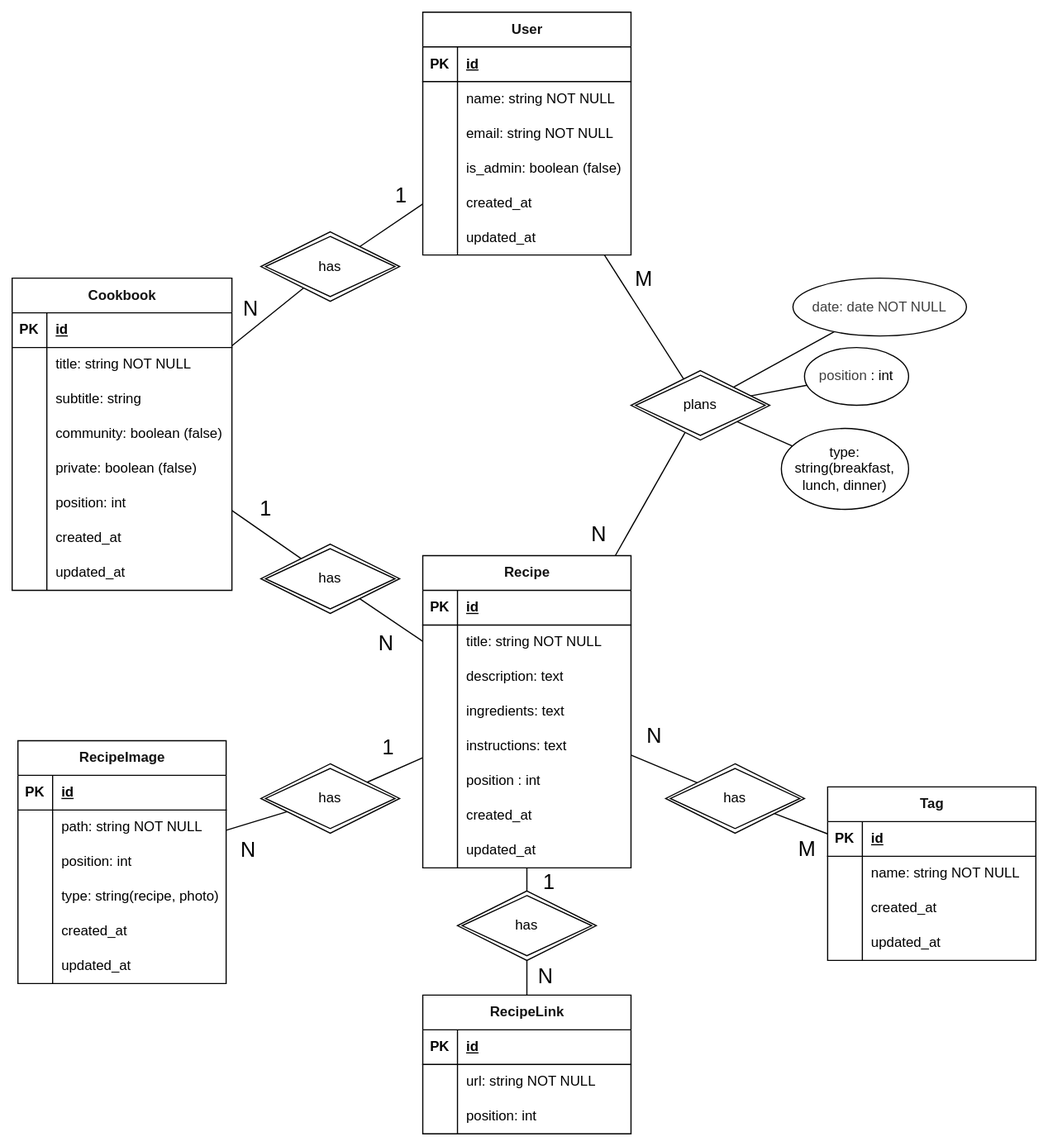
lchristmann/recipe-manager keeps this draw.io diagram as docs/diagrams/db-schema.drawio.svg. Above is the earlier version. Source tidied: cells renumbered, new cells last; positions are measured from the earlier drawing's top-left corner, leaving out a move shared by most shapes.
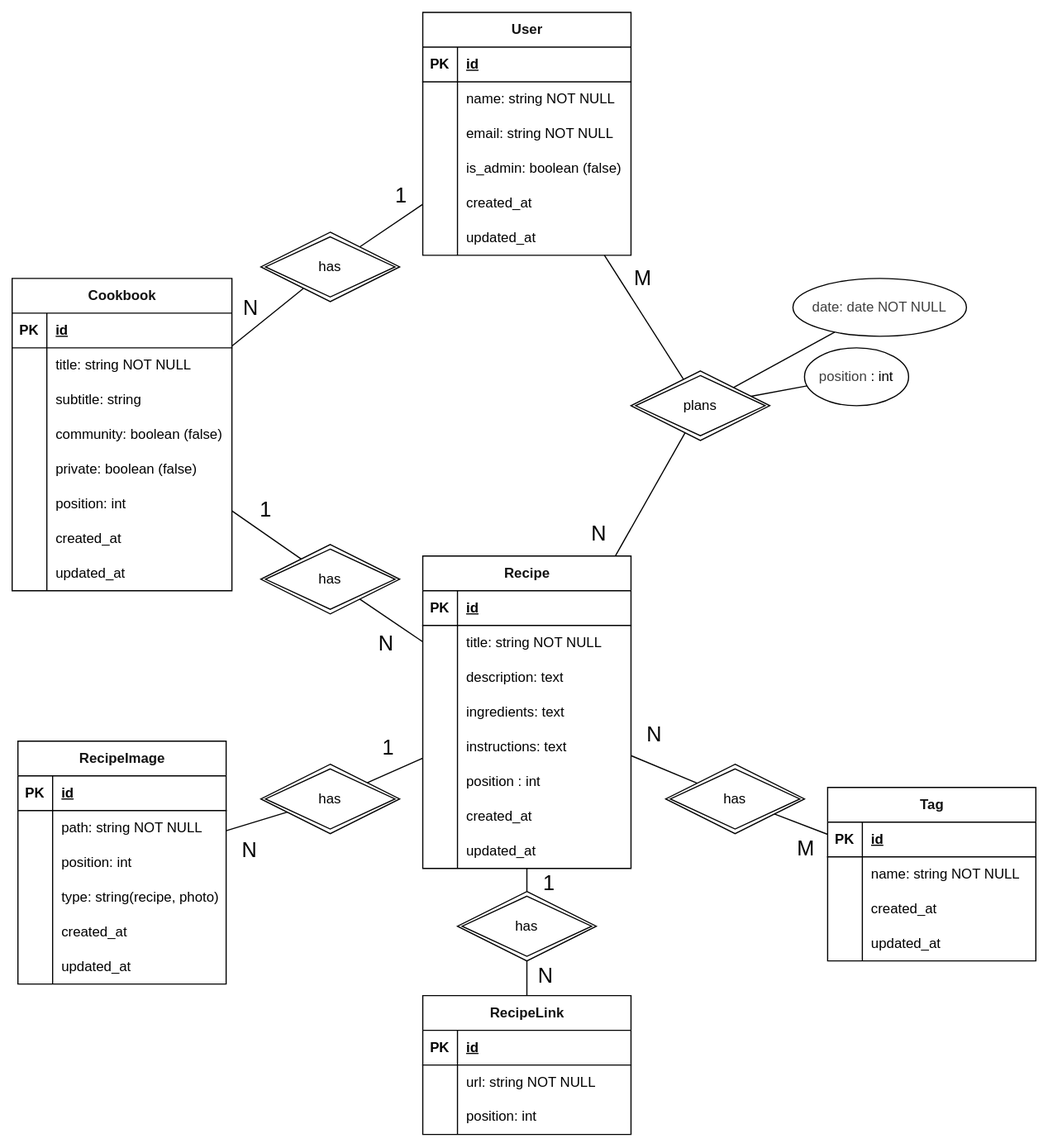
After the change.

Change to the diagram source:
```diff
@@ -263,9 +263,6 @@
         <mxPoint x="-32" y="4" as="offset" />
       </mxGeometry>
     </mxCell>
-    <mxCell id="85" style="edgeStyle=none;html=1;endArrow=none;endFill=0;" parent="1" edge="1" source="88" target="89">
-      <mxGeometry relative="1" as="geometry" />
-    </mxCell>
     <mxCell id="86" style="edgeStyle=none;html=1;endArrow=none;endFill=0;" parent="1" edge="1" source="88" target="132">
       <mxGeometry relative="1" as="geometry" />
     </mxCell>
@@ -275,9 +272,6 @@
     <mxCell id="88" value="&lt;span style=&quot;background-color: light-dark(#ffffff, var(--ge-dark-color, #121212));&quot;&gt;plans&lt;/span&gt;" style="shape=rhombus;double=1;perimeter=rhombusPerimeter;whiteSpace=wrap;html=1;align=center;labelBackgroundColor=default;fillColor=#FFFFFF;" parent="1" vertex="1">
       <mxGeometry x="535" y="310" width="120" height="60" as="geometry" />
     </mxCell>
-    <mxCell id="89" value="&lt;div&gt;&lt;span style=&quot;text-align: left; background-color: transparent;&quot;&gt;type: string(breakfast, lunch, dinner)&lt;/span&gt;&lt;/div&gt;" style="ellipse;whiteSpace=wrap;html=1;align=center;fillColor=#FFFFFF;fillStyle=solid;" parent="1" vertex="1">
-      <mxGeometry x="665" y="360" width="110" height="70" as="geometry" />
-    </mxCell>
     <mxCell id="90" value="&lt;span style=&quot;background-color: light-dark(#ffffff, var(--ge-dark-color, #121212));&quot;&gt;&lt;font style=&quot;color: rgb(18, 18, 18);&quot;&gt;RecipeImage&lt;/font&gt;&lt;/span&gt;" style="shape=table;startSize=30;rowLines=0;fontStyle=1;align=center;html=1;labelBackgroundColor=default;fillColor=#FFFFFF;" parent="1" vertex="1">
       <mxGeometry x="5" y="630" width="180" height="210" as="geometry" />
     </mxCell>
```
